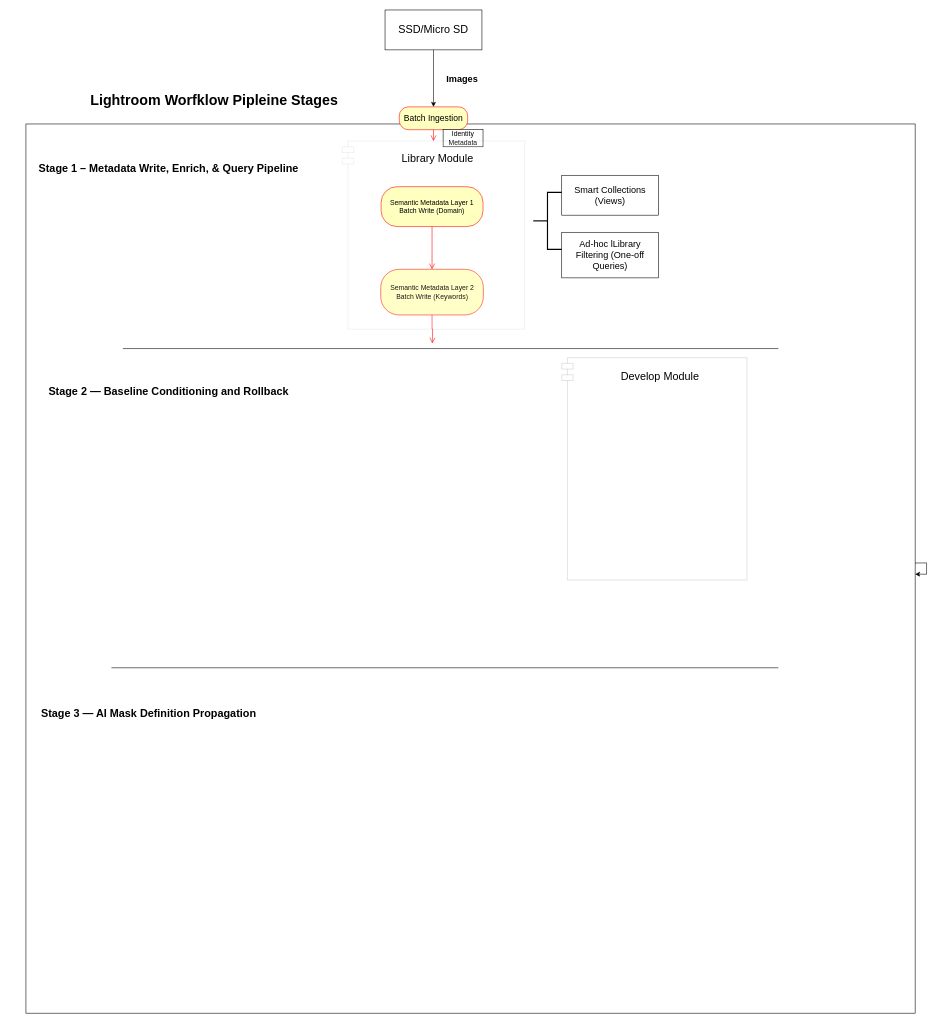
This is docs/pipeline-overview-diagram.drawio from Oak-22/creative-workflow-batch-transformation-pipeline, a draw.io file, before an edit. Source tidied: cells renumbered, new cells numbered last; positions are measured from the earlier drawing's top-left corner, leaving out a move shared by most shapes. Both pictures are drawn from the tidied source at 57%, with x=0, y=0 at pixel (26, 10).
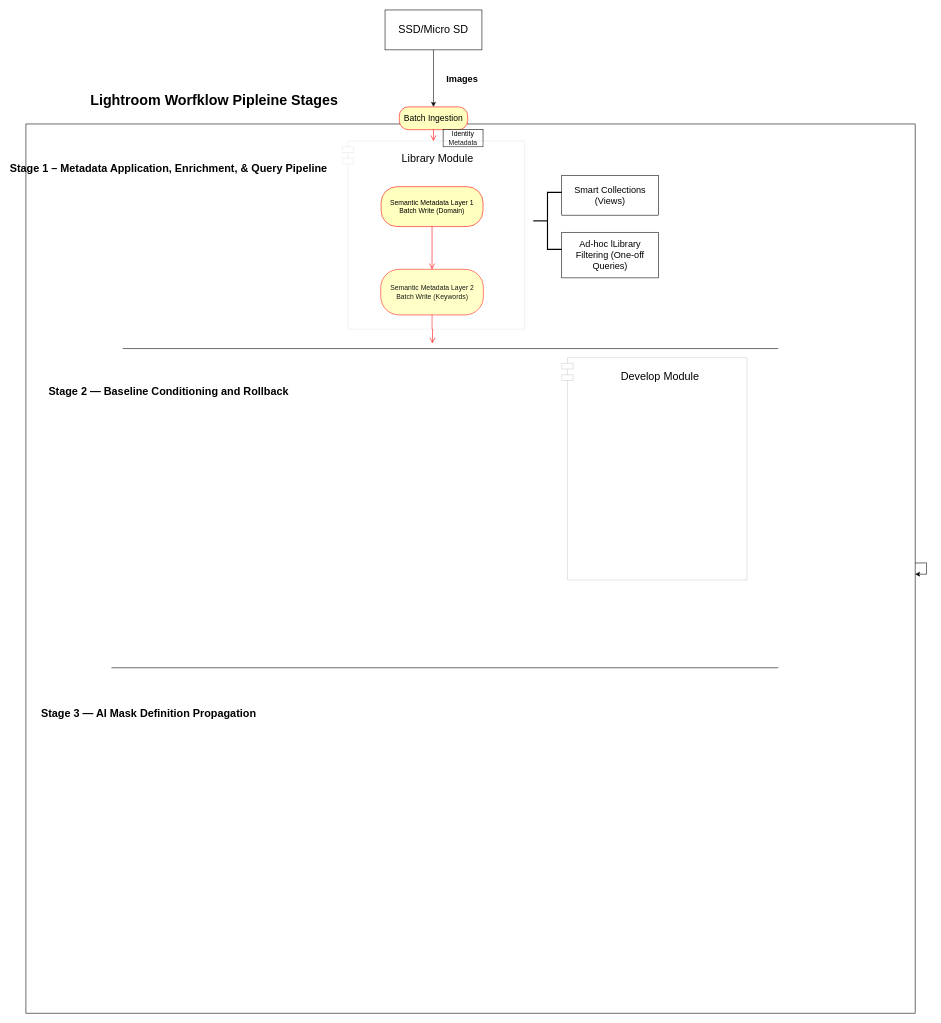
After the change.

What changed in the source:
```diff
@@
-    <mxCell id="10" value="&lt;font style=&quot;font-size: 19px;&quot;&gt;Stage 1 – Metadata Write, Enrich, &amp;amp; Query Pipeline&lt;/font&gt;&lt;div&gt;&lt;br&gt;&lt;/div&gt;" style="text;align=center;fontStyle=1;verticalAlign=middle;spacingLeft=3;spacingRight=3;strokeColor=none;html=1;" parent="1" vertex="1">
+    <mxCell id="10" value="&lt;font style=&quot;font-size: 19px;&quot;&gt;Stage 1 – Metadata Application, Enrichment, &amp;amp; Query Pipeline&lt;/font&gt;&lt;div&gt;&lt;br&gt;&lt;/div&gt;" style="text;align=center;fontStyle=1;verticalAlign=middle;spacingLeft=3;spacingRight=3;strokeColor=none;html=1;" parent="1" vertex="1">
       <mxGeometry x="10" y="230" width="480" height="110" as="geometry" />
     </mxCell>
```
